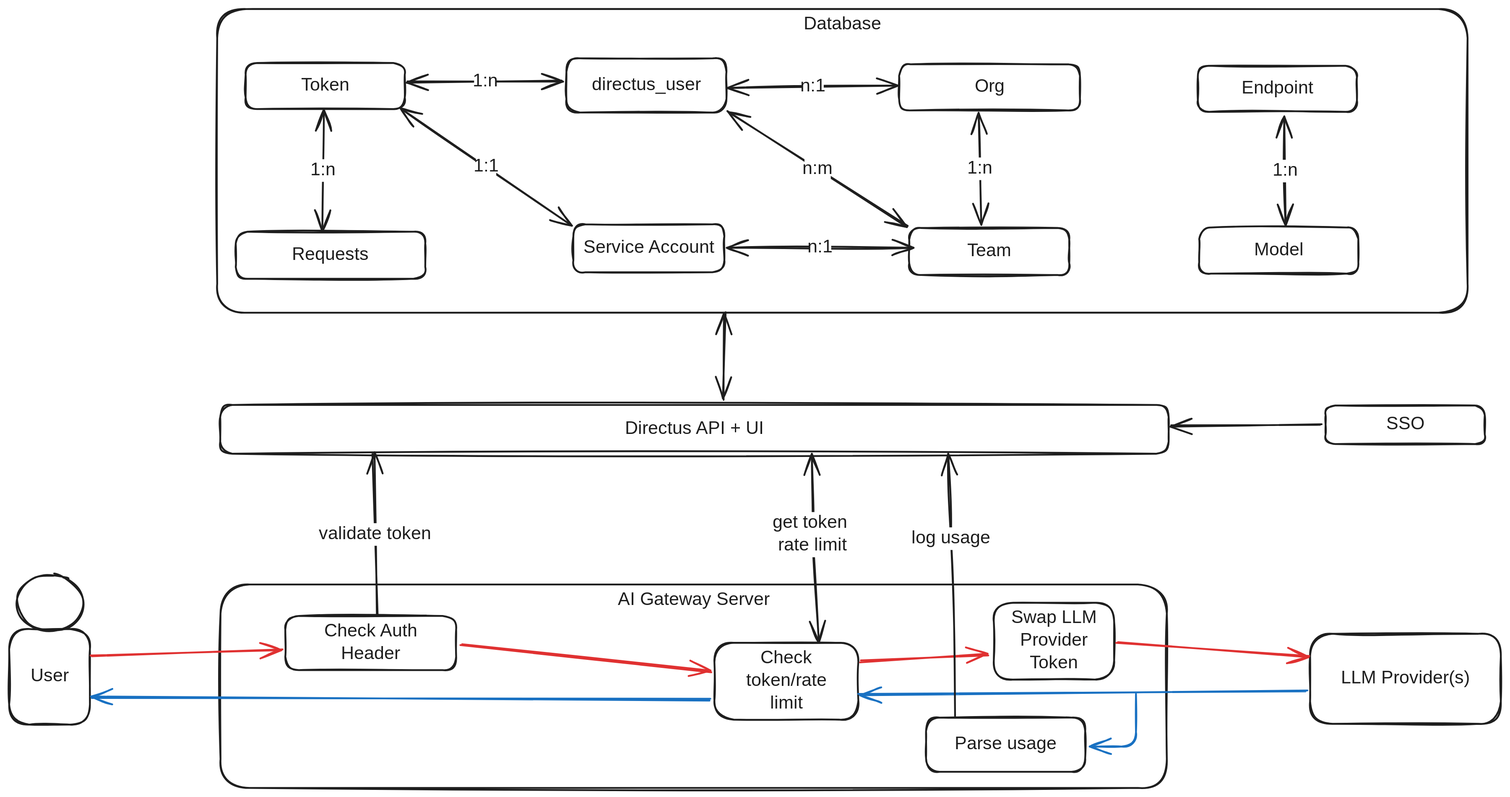
Before: docs/assets/AI Gateway Architecture.excalidraw.svg, a diagram exported from Excalidraw (TU-Wien-dataLAB/aqueduct). Source tidied: one line per element, renumbered; positions are measured from the earlier drawing's top-left corner, leaving out a move shared by most shapes.
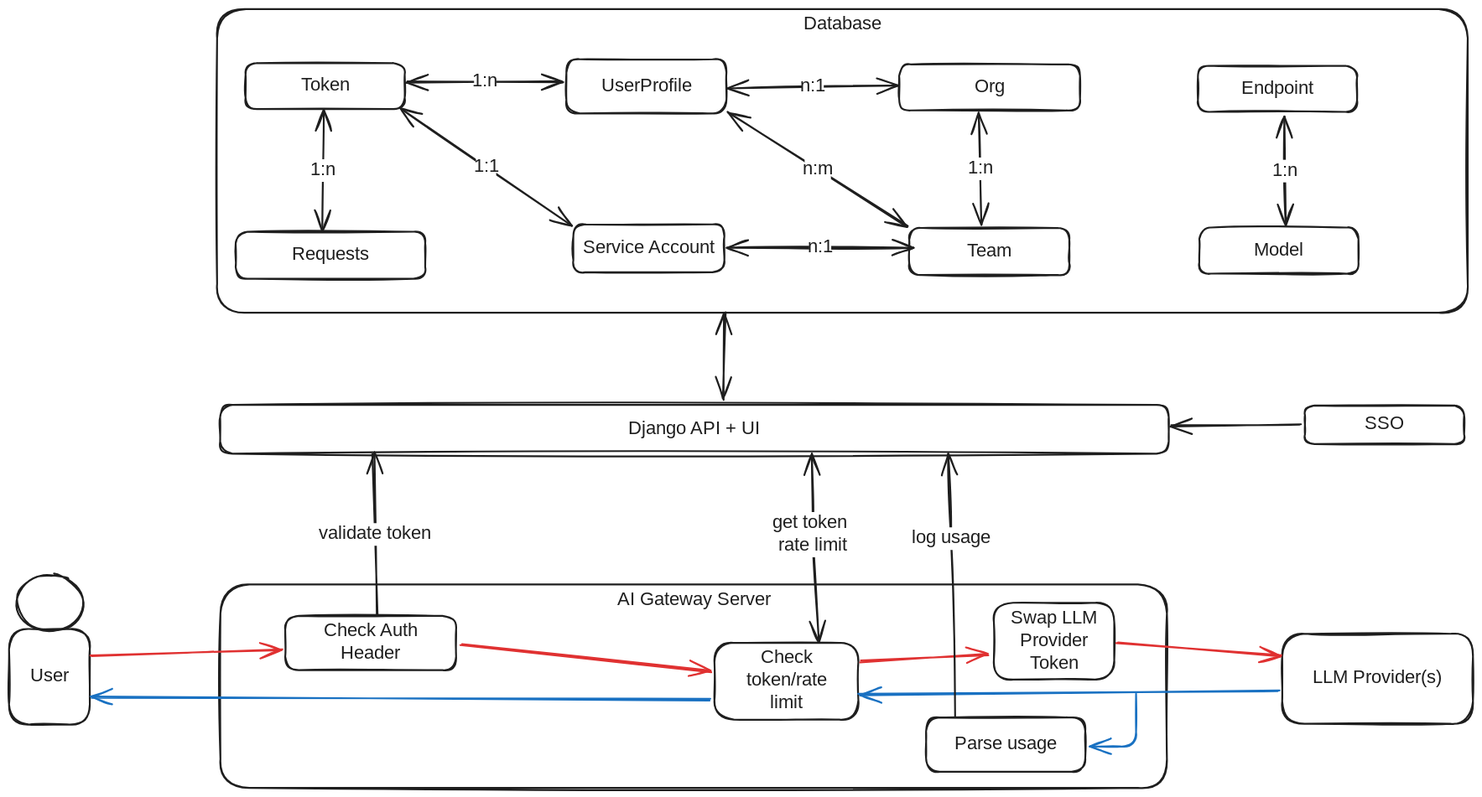
The same diagram one commit later.

The edit, as a diff of the source:
```diff
@@ -4,25 +4,25 @@
 {"id": 3, "type": "text", "text": "AI Gateway Server", "strokeColor": "#1e1e1e", "strokeWidth": 2, "roughness": 1, "fontSize": 20, "fontFamily": 5, "textAlign": "center", "inside": 2, "x": 664, "y": 642, "width": 186, "height": 25}
 {"id": 4, "type": "rectangle", "strokeColor": "#1e1e1e", "strokeWidth": 2, "roughness": 1, "round": true, "x": 262, "y": 60, "width": 176, "height": 51}
 {"id": 5, "type": "text", "text": "Token", "strokeColor": "#1e1e1e", "strokeWidth": 2, "roughness": 1, "fontSize": 20, "fontFamily": 5, "textAlign": "center", "verticalAlign": "middle", "inside": 4, "x": 320, "y": 73, "width": 59, "height": 25}
-{"id": 6, "type": "rectangle", "strokeColor": "#1e1e1e", "strokeWidth": 2, "roughness": 1, "round": true, "x": 616, "y": 55, "width": 177, "height": 60}
+{"id": 6, "type": "rectangle", "strokeColor": "#1e1e1e", "strokeWidth": 2, "roughness": 1, "round": true, "x": 616, "y": 56, "width": 177, "height": 60}
-{"id": 7, "type": "text", "text": "directus_user", "strokeColor": "#1e1e1e", "strokeWidth": 2, "roughness": 1, "fontSize": 20, "fontFamily": 5, "textAlign": "center", "verticalAlign": "middle", "inside": 6, "x": 638, "y": 72, "width": 133, "height": 25}
+{"id": 7, "type": "text", "text": "UserProfile", "strokeColor": "#1e1e1e", "strokeWidth": 2, "roughness": 1, "fontSize": 20, "fontFamily": 5, "textAlign": "center", "verticalAlign": "middle", "inside": 6, "x": 650, "y": 73, "width": 109, "height": 25}
-{"id": 8, "type": "arrow", "strokeColor": "#1e1e1e", "strokeWidth": 2, "roughness": 1, "startArrowhead": "arrow", "endArrowhead": "arrow", "round": true, "from": 6, "to": 4, "x": 613, "y": 80, "width": 172, "height": 0, "points": [[0, 0], [-172, 0]]}
+{"id": 8, "type": "arrow", "strokeColor": "#1e1e1e", "strokeWidth": 2, "roughness": 1, "startArrowhead": "arrow", "endArrowhead": "arrow", "round": true, "from": 6, "to": 4, "x": 613, "y": 81, "width": 172, "height": 1, "points": [[0, 0], [-172, -1]]}
 {"id": 9, "type": "text", "text": "1:n", "strokeColor": "#1e1e1e", "strokeWidth": 2, "roughness": 1, "fontSize": 20, "fontFamily": 5, "textAlign": "center", "verticalAlign": "middle", "inside": 8, "x": 376, "y": 185, "width": 24, "height": 25}
 {"id": 10, "type": "rectangle", "strokeColor": "#1e1e1e", "strokeWidth": 2, "roughness": 1, "round": true, "x": 995, "y": 242, "width": 177, "height": 52}
 {"id": 11, "type": "text", "text": "Team", "strokeColor": "#1e1e1e", "strokeWidth": 2, "roughness": 1, "fontSize": 20, "fontFamily": 5, "textAlign": "center", "verticalAlign": "middle", "inside": 10, "x": 1058, "y": 256, "width": 51, "height": 25}
-{"id": 12, "type": "arrow", "strokeColor": "#1e1e1e", "strokeWidth": 2, "roughness": 1, "startArrowhead": "arrow", "endArrowhead": "arrow", "round": true, "from": 6, "to": 10, "x": 795, "y": 114, "width": 199, "height": 126, "points": [[0, 0], [199, 126]]}
+{"id": 12, "type": "arrow", "strokeColor": "#1e1e1e", "strokeWidth": 2, "roughness": 1, "startArrowhead": "arrow", "endArrowhead": "arrow", "round": true, "from": 6, "to": 10, "x": 795, "y": 115, "width": 199, "height": 125, "points": [[0, 0], [199, 125]]}
 {"id": 13, "type": "text", "text": "n:m", "strokeColor": "#1e1e1e", "strokeWidth": 2, "roughness": 1, "fontSize": 20, "fontFamily": 5, "textAlign": "center", "verticalAlign": "middle", "inside": 12, "x": 530, "y": 92, "width": 29, "height": 25}
 {"id": 14, "type": "rectangle", "strokeColor": "#1e1e1e", "strokeWidth": 2, "roughness": 1, "round": true, "x": 984, "y": 61, "width": 200, "height": 51}
 {"id": 15, "type": "text", "text": "Org", "strokeColor": "#1e1e1e", "strokeWidth": 2, "roughness": 1, "fontSize": 20, "fontFamily": 5, "textAlign": "center", "verticalAlign": "middle", "inside": 14, "x": 1067, "y": 74, "width": 34, "height": 25}
 {"id": 16, "type": "rectangle", "strokeColor": "#1e1e1e", "strokeWidth": 2, "roughness": 1, "round": true, "x": 624, "y": 238, "width": 167, "height": 53}
 {"id": 17, "type": "text", "text": "Service Account", "strokeColor": "#1e1e1e", "strokeWidth": 2, "roughness": 1, "fontSize": 20, "fontFamily": 5, "textAlign": "center", "verticalAlign": "middle", "inside": 16, "x": 631, "y": 252, "width": 154, "height": 25}
 {"id": 18, "type": "rectangle", "strokeColor": "#1e1e1e", "strokeWidth": 2, "roughness": 1, "round": true, "x": 233, "y": 438, "width": 1049, "height": 54}
-{"id": 19, "type": "text", "text": "Directus API + UI", "strokeColor": "#1e1e1e", "strokeWidth": 2, "roughness": 1, "fontSize": 20, "fontFamily": 5, "textAlign": "center", "verticalAlign": "middle", "inside": 18, "x": 667, "y": 453, "width": 181, "height": 25}
+{"id": 19, "type": "text", "text": "Django API + UI", "strokeColor": "#1e1e1e", "strokeWidth": 2, "roughness": 1, "fontSize": 20, "fontFamily": 5, "textAlign": "center", "verticalAlign": "middle", "inside": 18, "x": 675, "y": 453, "width": 166, "height": 25}
 {"id": 20, "type": "arrow", "strokeColor": "#1e1e1e", "strokeWidth": 2, "roughness": 1, "startArrowhead": "arrow", "endArrowhead": "arrow", "round": true, "from": 0, "to": 18, "x": 791, "y": 336, "width": 1, "height": 96, "points": [[0, 0], [-1, 96]]}
 {"id": 21, "type": "arrow", "strokeColor": "#1e1e1e", "strokeWidth": 2, "roughness": 1, "endArrowhead": "arrow", "round": true, "from": 25, "to": 18, "x": 406, "y": 671, "width": 4, "height": 178, "points": [[0, 0], [-4, -178]]}
 {"id": 22, "type": "text", "text": "validate token", "strokeColor": "#1e1e1e", "strokeWidth": 2, "roughness": 1, "fontSize": 20, "fontFamily": 5, "textAlign": "center", "verticalAlign": "middle", "inside": 21, "x": 687, "y": 548, "width": 139, "height": 25}
-{"id": 23, "type": "rectangle", "strokeColor": "#1e1e1e", "strokeWidth": 2, "roughness": 1, "round": true, "x": 1439, "y": 691, "width": 211, "height": 100}
+{"id": 23, "type": "rectangle", "strokeColor": "#1e1e1e", "strokeWidth": 2, "roughness": 1, "round": true, "x": 1408, "y": 691, "width": 211, "height": 100}
-{"id": 24, "type": "text", "text": "LLM Provider(s)", "strokeColor": "#1e1e1e", "strokeWidth": 2, "roughness": 1, "fontSize": 20, "fontFamily": 5, "textAlign": "center", "verticalAlign": "middle", "inside": 23, "x": 1468, "y": 729, "width": 153, "height": 25}
+{"id": 24, "type": "text", "text": "LLM Provider(s)", "strokeColor": "#1e1e1e", "strokeWidth": 2, "roughness": 1, "fontSize": 20, "fontFamily": 5, "textAlign": "center", "verticalAlign": "middle", "inside": 23, "x": 1437, "y": 729, "width": 153, "height": 25}
 {"id": 25, "type": "rectangle", "strokeColor": "#1e1e1e", "strokeWidth": 2, "roughness": 1, "round": true, "x": 305, "y": 672, "width": 189, "height": 60}
 {"id": 26, "type": "text", "text": "Check Auth\nHeader", "strokeColor": "#1e1e1e", "strokeWidth": 2, "roughness": 1, "fontSize": 20, "fontFamily": 5, "textAlign": "center", "verticalAlign": "middle", "inside": 25, "x": 345, "y": 677, "width": 110, "height": 50}
 {"id": 27, "type": "rectangle", "strokeColor": "#1e1e1e", "strokeWidth": 2, "roughness": 1, "round": true, "x": 0, "y": 686, "width": 89, "height": 106}
@@ -34,17 +34,17 @@
 {"id": 33, "type": "arrow", "strokeColor": "#e03131", "strokeWidth": 2, "roughness": 1, "endArrowhead": "arrow", "round": true, "from": 27, "to": 25, "x": 91, "y": 716, "width": 212, "height": 6, "points": [[0, 0], [212, -6]]}
 {"id": 34, "type": "arrow", "strokeColor": "#e03131", "strokeWidth": 2, "roughness": 1, "endArrowhead": "arrow", "round": true, "from": 25, "to": 29, "x": 500, "y": 704, "width": 277, "height": 30, "points": [[0, 0], [277, 30]]}
 {"id": 35, "type": "arrow", "strokeColor": "#e03131", "strokeWidth": 2, "roughness": 1, "endArrowhead": "arrow", "round": true, "from": 29, "to": 44, "x": 941, "y": 722, "width": 142, "height": 7, "points": [[0, 0], [142, -7]]}
-{"id": 36, "type": "arrow", "strokeColor": "#1971c2", "strokeWidth": 2, "roughness": 1, "endArrowhead": "arrow", "round": true, "from": 23, "to": 29, "x": 1434, "y": 755, "width": 494, "height": 3, "points": [[0, 0], [-494, 3]]}
+{"id": 36, "type": "arrow", "strokeColor": "#1971c2", "strokeWidth": 2, "roughness": 1, "endArrowhead": "arrow", "round": true, "from": 23, "to": 29, "x": 1403, "y": 755, "width": 463, "height": 3, "points": [[0, 0], [-463, 3]]}
 {"id": 37, "type": "arrow", "strokeColor": "#1971c2", "strokeWidth": 2, "roughness": 1, "endArrowhead": "arrow", "round": true, "from": 29, "to": 27, "x": 774, "y": 764, "width": 683, "height": 3, "points": [[0, 0], [-683, -3]]}
-{"id": 38, "type": "rectangle", "strokeColor": "#1e1e1e", "strokeWidth": 2, "roughness": 1, "round": true, "x": 1456, "y": 439, "width": 176, "height": 43}
+{"id": 38, "type": "rectangle", "strokeColor": "#1e1e1e", "strokeWidth": 2, "roughness": 1, "round": true, "x": 1433, "y": 439, "width": 176, "height": 43}
-{"id": 39, "type": "text", "text": "SSO", "strokeColor": "#1e1e1e", "strokeWidth": 2, "roughness": 1, "fontSize": 20, "fontFamily": 5, "textAlign": "center", "verticalAlign": "middle", "inside": 38, "x": 1524, "y": 448, "width": 40, "height": 25}
+{"id": 39, "type": "text", "text": "SSO", "strokeColor": "#1e1e1e", "strokeWidth": 2, "roughness": 1, "fontSize": 20, "fontFamily": 5, "textAlign": "center", "verticalAlign": "middle", "inside": 38, "x": 1501, "y": 448, "width": 40, "height": 25}
-{"id": 40, "type": "arrow", "strokeColor": "#1e1e1e", "strokeWidth": 2, "roughness": 1, "endArrowhead": "arrow", "round": true, "from": 38, "to": 18, "x": 1451, "y": 459, "width": 166, "height": 1, "points": [[0, 0], [-166, 1]]}
+{"id": 40, "type": "arrow", "strokeColor": "#1e1e1e", "strokeWidth": 2, "roughness": 1, "endArrowhead": "arrow", "round": true, "from": 38, "to": 18, "x": 1428, "y": 459, "width": 143, "height": 1, "points": [[0, 0], [-143, 1]]}
 {"id": 41, "type": "arrow", "strokeColor": "#1971c2", "strokeWidth": 2, "roughness": 1, "endArrowhead": "arrow", "to": 31, "x": 1246, "y": 758, "width": 51, "height": 58, "points": [[0, 0], [0, 58], [-51, 58]]}
 {"id": 42, "type": "arrow", "strokeColor": "#1e1e1e", "strokeWidth": 2, "roughness": 1, "startArrowhead": "arrow", "endArrowhead": "arrow", "from": 29, "to": 18, "x": 896, "y": 701, "width": 8, "height": 209, "points": [[0, 0], [-7, -119], [-8, -209]]}
 {"id": 43, "type": "text", "text": "get token \nrate limit", "strokeColor": "#1e1e1e", "strokeWidth": 2, "roughness": 1, "fontSize": 20, "fontFamily": 5, "textAlign": "center", "verticalAlign": "middle", "inside": 42, "x": 849, "y": 558, "width": 104, "height": 50}
 {"id": 44, "type": "rectangle", "strokeColor": "#1e1e1e", "strokeWidth": 2, "roughness": 1, "round": true, "x": 1089, "y": 657, "width": 133, "height": 85}
 {"id": 45, "type": "text", "text": "Swap LLM\nProvider\nToken", "strokeColor": "#1e1e1e", "strokeWidth": 2, "roughness": 1, "fontSize": 20, "fontFamily": 5, "textAlign": "center", "verticalAlign": "middle", "inside": 44, "x": 1109, "y": 662, "width": 93, "height": 75}
-{"id": 46, "type": "arrow", "strokeColor": "#e03131", "strokeWidth": 2, "roughness": 1, "endArrowhead": "arrow", "round": true, "from": 44, "to": 23, "x": 1225, "y": 701, "width": 213, "height": 15, "points": [[0, 0], [213, 15]]}
+{"id": 46, "type": "arrow", "strokeColor": "#e03131", "strokeWidth": 2, "roughness": 1, "endArrowhead": "arrow", "round": true, "from": 44, "to": 23, "x": 1225, "y": 701, "width": 182, "height": 14, "points": [[0, 0], [182, 14]]}
 {"id": 47, "type": "rectangle", "strokeColor": "#1e1e1e", "strokeWidth": 2, "roughness": 1, "round": true, "x": 251, "y": 246, "width": 210, "height": 52}
 {"id": 48, "type": "text", "text": "Requests", "strokeColor": "#1e1e1e", "strokeWidth": 2, "roughness": 1, "fontSize": 20, "fontFamily": 5, "textAlign": "center", "verticalAlign": "middle", "inside": 47, "x": 310, "y": 260, "width": 91, "height": 25}
 {"id": 49, "type": "arrow", "strokeColor": "#1e1e1e", "strokeWidth": 2, "roughness": 1, "startArrowhead": "arrow", "endArrowhead": "arrow", "from": 4, "to": 47, "x": 348, "y": 111, "width": 2, "height": 135, "points": [[0, 0], [-2, 135]]}
@@ -52,7 +52,7 @@
 {"id": 51, "type": "ellipse", "strokeColor": "#1e1e1e", "strokeWidth": 2, "roughness": 1, "round": true, "x": 9, "y": 626, "width": 73, "height": 63}
 {"id": 52, "type": "arrow", "strokeColor": "#1e1e1e", "strokeWidth": 2, "roughness": 1, "endArrowhead": "arrow", "from": 31, "to": 18, "x": 1046, "y": 784, "width": 8, "height": 292, "points": [[0, 0], [-5, -198], [-8, -292]]}
 {"id": 53, "type": "text", "text": "log usage", "strokeColor": "#1e1e1e", "strokeWidth": 2, "roughness": 1, "fontSize": 20, "fontFamily": 5, "textAlign": "center", "verticalAlign": "middle", "inside": 52, "x": 996, "y": 597, "width": 91, "height": 25}
-{"id": 54, "type": "arrow", "strokeColor": "#1e1e1e", "strokeWidth": 2, "roughness": 1, "startArrowhead": "arrow", "endArrowhead": "arrow", "from": 6, "to": 14, "x": 794, "y": 87, "width": 189, "height": 3, "points": [[0, 0], [189, -3]]}
+{"id": 54, "type": "arrow", "strokeColor": "#1e1e1e", "strokeWidth": 2, "roughness": 1, "startArrowhead": "arrow", "endArrowhead": "arrow", "from": 6, "to": 14, "x": 794, "y": 88, "width": 189, "height": 3, "points": [[0, 0], [189, -3]]}
 {"id": 55, "type": "text", "text": "n:1", "strokeColor": "#1e1e1e", "strokeWidth": 2, "roughness": 1, "fontSize": 20, "fontFamily": 5, "textAlign": "center", "verticalAlign": "middle", "inside": 54, "x": 550, "y": 149, "width": 24, "height": 25}
 {"id": 56, "type": "arrow", "strokeColor": "#1e1e1e", "strokeWidth": 2, "roughness": 1, "startArrowhead": "arrow", "endArrowhead": "arrow", "from": 14, "to": 10, "x": 1072, "y": 115, "width": 3, "height": 124, "points": [[0, 0], [3, 124]]}
 {"id": 57, "type": "text", "text": "1:n", "strokeColor": "#1e1e1e", "strokeWidth": 2, "roughness": 1, "fontSize": 20, "fontFamily": 5, "textAlign": "center", "verticalAlign": "middle", "inside": 56, "x": 1062, "y": 164, "width": 24, "height": 25}
```
